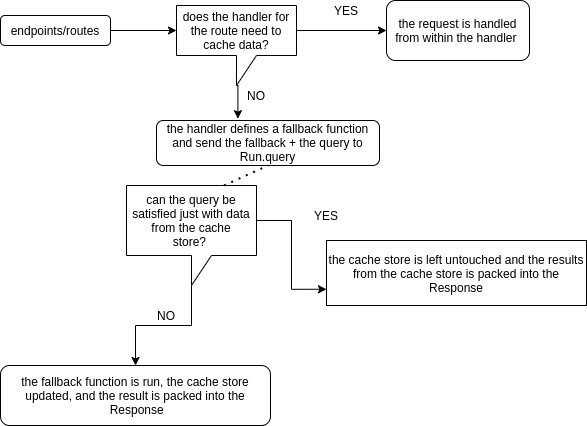
Above: handling_logic.png in openSUSE/defrag-api (draw.io), before the change. Source tidied: cells renumbered, new cells last; positions are measured from the earlier drawing's top-left corner, leaving out a move shared by most shapes. The source it was exported from:
```xml
<mxGraphModel>
  <root>
    <mxCell id="0" />
    <mxCell id="1" parent="0" />
    <mxCell id="2" style="edgeStyle=orthogonalEdgeStyle;rounded=0;jettySize=auto;html=1;exitX=1;exitY=0.5;exitDx=0;exitDy=0;entryX=0;entryY=0;entryDx=0;entryDy=25;entryPerimeter=0;" parent="1" edge="1" source="3" target="10">
      <mxGeometry relative="1" as="geometry" />
    </mxCell>
    <mxCell id="3" value="endpoints/routes&lt;br&gt;" style="rounded=1;whiteSpace=wrap;html=1;" parent="1" vertex="1">
      <mxGeometry y="15" width="110" height="30" as="geometry" />
    </mxCell>
    <mxCell id="4" value="the request is handled from within the handler&amp;nbsp;" style="rounded=1;whiteSpace=wrap;html=1;" parent="1" vertex="1">
      <mxGeometry x="386" width="143" height="60" as="geometry" />
    </mxCell>
    <mxCell id="5" value="the handler defines a fallback function and send the fallback + the query to Run.query&lt;br&gt;" style="rounded=1;whiteSpace=wrap;html=1;perimeterSpacing=0;spacingTop=-1;" parent="1" vertex="1">
      <mxGeometry x="156" y="120" width="223" height="45" as="geometry" />
    </mxCell>
    <mxCell id="6" value="the cache store is left untouched and the results from the cache store is packed into the&lt;br&gt;Response" style="rounded=0;whiteSpace=wrap;html=1;" parent="1" vertex="1">
      <mxGeometry x="326" y="240" width="260" height="65" as="geometry" />
    </mxCell>
    <mxCell id="7" value="the fallback function is run, the cache store updated, and the result is packed into the&lt;br&gt;&amp;nbsp;Response" style="rounded=1;whiteSpace=wrap;html=1;" parent="1" vertex="1">
      <mxGeometry y="365" width="270" height="60" as="geometry" />
    </mxCell>
    <mxCell id="8" style="edgeStyle=orthogonalEdgeStyle;rounded=0;jettySize=auto;html=1;exitX=0;exitY=0;exitDx=120;exitDy=25;exitPerimeter=0;entryX=0;entryY=0.5;entryDx=0;entryDy=0;" parent="1" edge="1" source="10" target="4">
      <mxGeometry relative="1" as="geometry" />
    </mxCell>
    <mxCell id="9" style="edgeStyle=orthogonalEdgeStyle;rounded=0;jettySize=auto;html=1;exitX=0;exitY=0;exitDx=60;exitDy=80;exitPerimeter=0;entryX=0.365;entryY=-0.04;entryDx=0;entryDy=0;entryPerimeter=0;" parent="1" edge="1" source="10" target="5">
      <mxGeometry relative="1" as="geometry" />
    </mxCell>
    <mxCell id="10" value="&lt;span&gt;does the handler for the route need to cache data?&lt;/span&gt;" style="shape=callout;whiteSpace=wrap;html=1;perimeter=calloutPerimeter;" parent="1" vertex="1">
      <mxGeometry x="176" y="5" width="120" height="80" as="geometry" />
    </mxCell>
    <mxCell id="11" value="YES" style="text;html=1;strokeColor=none;fillColor=none;align=center;verticalAlign=middle;whiteSpace=wrap;rounded=0;" parent="1" vertex="1">
      <mxGeometry x="326" width="40" height="20" as="geometry" />
    </mxCell>
    <mxCell id="12" style="edgeStyle=orthogonalEdgeStyle;rounded=0;jettySize=auto;html=1;exitX=0;exitY=0;exitDx=130;exitDy=35;exitPerimeter=0;entryX=0;entryY=0.75;entryDx=0;entryDy=0;" parent="1" edge="1" source="14" target="6">
      <mxGeometry relative="1" as="geometry" />
    </mxCell>
    <mxCell id="13" style="edgeStyle=orthogonalEdgeStyle;rounded=0;jettySize=auto;html=1;exitX=0;exitY=0;exitDx=65;exitDy=100;exitPerimeter=0;entryX=0.5;entryY=0;entryDx=0;entryDy=0;" parent="1" edge="1" source="14" target="7">
      <mxGeometry relative="1" as="geometry" />
    </mxCell>
    <mxCell id="14" value="&lt;span&gt;can the query be satisfied just with data from the cache&lt;/span&gt;&lt;br&gt;&lt;span&gt;store?&amp;nbsp;&lt;/span&gt;" style="shape=callout;whiteSpace=wrap;html=1;perimeter=calloutPerimeter;" parent="1" vertex="1">
      <mxGeometry x="126" y="185" width="130" height="100" as="geometry" />
    </mxCell>
    <mxCell id="15" value="NO" style="text;html=1;strokeColor=none;fillColor=none;align=center;verticalAlign=middle;whiteSpace=wrap;rounded=0;" parent="1" vertex="1">
      <mxGeometry x="236" y="85" width="40" height="20" as="geometry" />
    </mxCell>
    <mxCell id="16" value="YES" style="text;html=1;strokeColor=none;fillColor=none;align=center;verticalAlign=middle;whiteSpace=wrap;rounded=0;" parent="1" vertex="1">
      <mxGeometry x="306" y="205" width="40" height="20" as="geometry" />
    </mxCell>
    <mxCell id="17" style="endArrow=none;dashed=1;html=1;dashPattern=1 3;strokeWidth=2;entryX=0.5;entryY=1;entryDx=0;entryDy=0;exitX=0.75;exitY=0;exitDx=0;exitDy=0;exitPerimeter=0;" parent="1" edge="1" source="14" target="5">
      <mxGeometry relative="1" as="geometry" />
    </mxCell>
    <mxCell id="18" value="NO" style="text;html=1;strokeColor=none;fillColor=none;align=center;verticalAlign=middle;whiteSpace=wrap;rounded=0;" parent="1" vertex="1">
      <mxGeometry x="146" y="305" width="40" height="20" as="geometry" />
    </mxCell>
  </root>
</mxGraphModel>
```
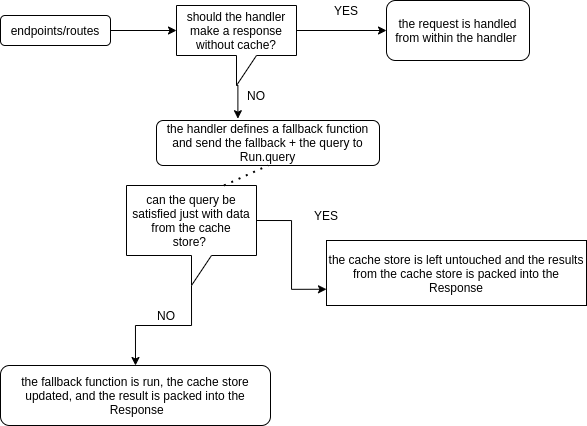
After the commit.

Commit message:
- fixed error in text

What changed in the source:
```diff
@@ -26,7 +26,7 @@
     <mxCell id="9" style="edgeStyle=orthogonalEdgeStyle;rounded=0;jettySize=auto;html=1;exitX=0;exitY=0;exitDx=60;exitDy=80;exitPerimeter=0;entryX=0.365;entryY=-0.04;entryDx=0;entryDy=0;entryPerimeter=0;" parent="1" edge="1" source="10" target="5">
       <mxGeometry relative="1" as="geometry" />
     </mxCell>
-    <mxCell id="10" value="&lt;span&gt;does the handler for the route need to cache data?&lt;/span&gt;" style="shape=callout;whiteSpace=wrap;html=1;perimeter=calloutPerimeter;" parent="1" vertex="1">
+    <mxCell id="10" value="&lt;span&gt;should the handler make a response without cache?&lt;/span&gt;" style="shape=callout;whiteSpace=wrap;html=1;perimeter=calloutPerimeter;" parent="1" vertex="1">
       <mxGeometry x="176" y="5" width="120" height="80" as="geometry" />
     </mxCell>
     <mxCell id="11" value="YES" style="text;html=1;strokeColor=none;fillColor=none;align=center;verticalAlign=middle;whiteSpace=wrap;rounded=0;" parent="1" vertex="1">
```
